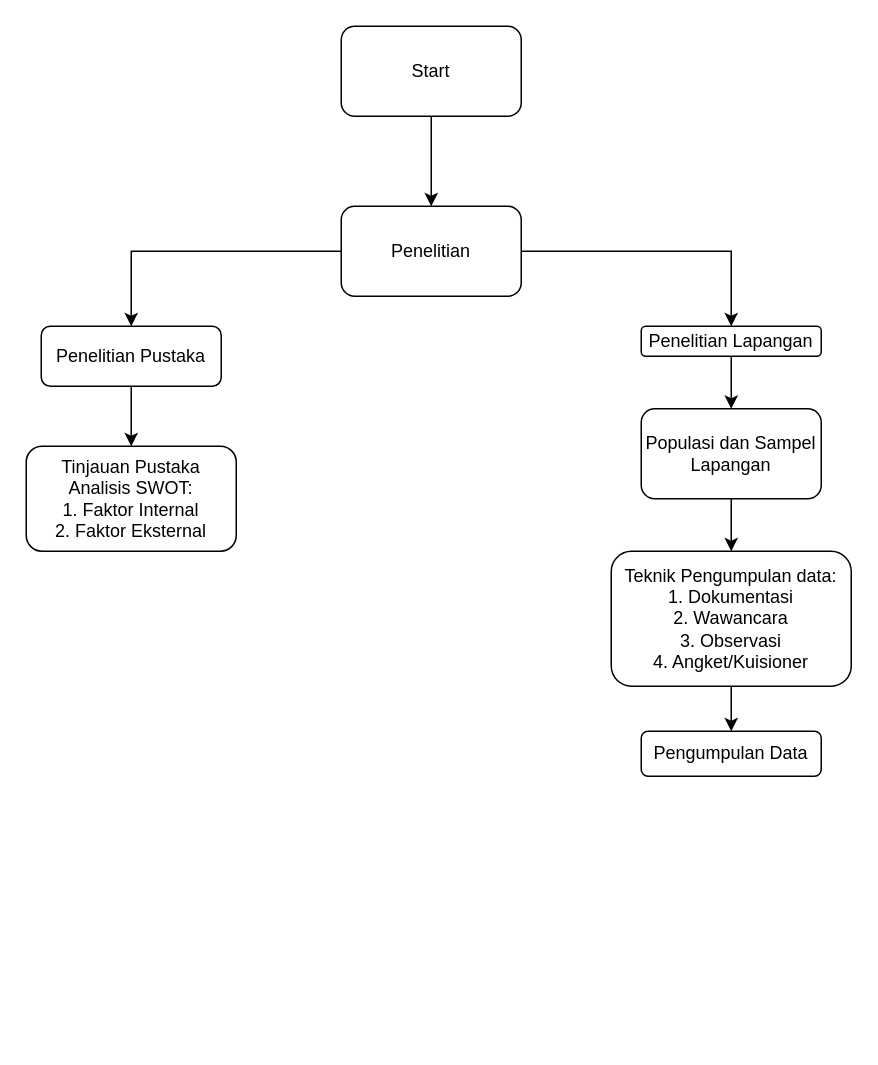
Above: dump-diagrams/Diah-Diagram Penelitian.drawio in xoghub/diagrams (draw.io), before the change. Source tidied: cells renumbered, new cells numbered last; positions are measured from the earlier drawing's top-left corner, leaving out a move shared by most shapes. Both pictures are drawn from the tidied source at 150%, with x=0, y=0 at pixel (26, 26).
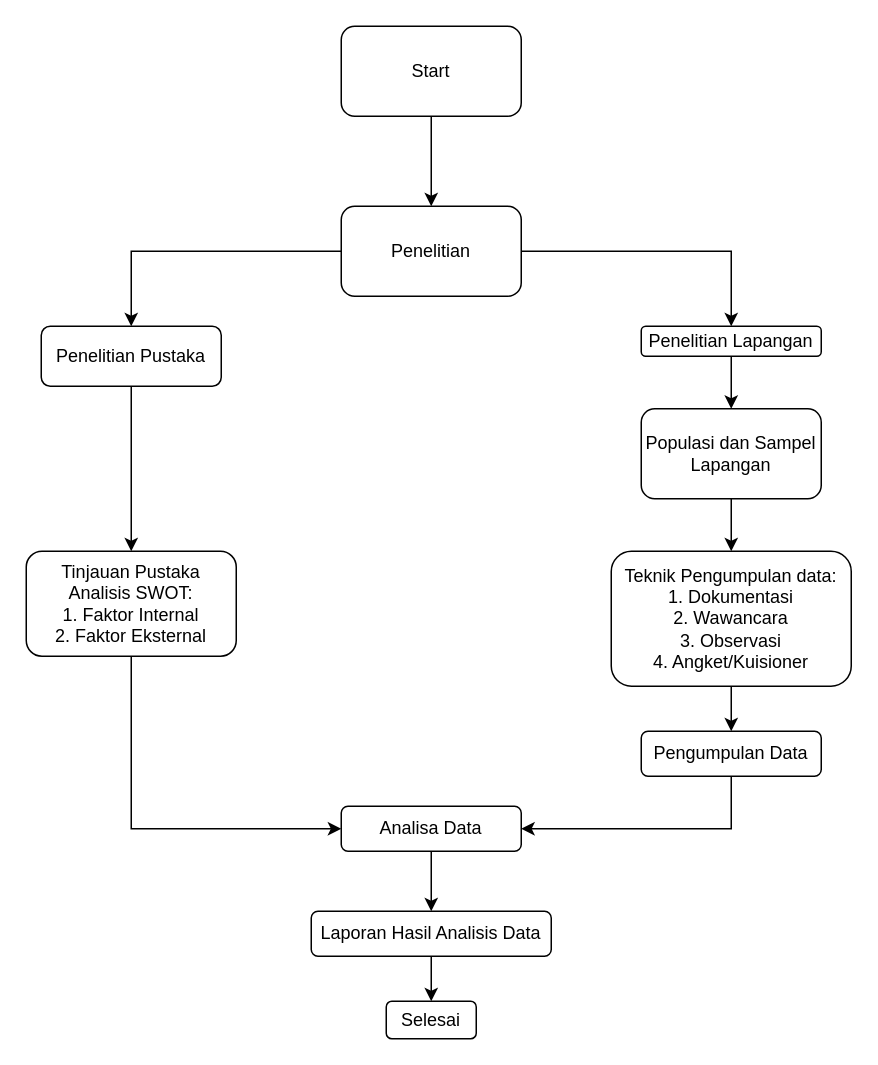
After the change.

The change refers to these unchanged cells:
```xml
<mxCell id="16" value="Pengumpulan Data" style="rounded=1;whiteSpace=wrap;html=1;" parent="1" vertex="1">
  <mxGeometry x="410" y="470" width="120" height="30" as="geometry" />
</mxCell>
```

What changed in the source:
```diff
@@
+    <mxCell id="17" style="edgeStyle=orthogonalEdgeStyle;rounded=0;jettySize=auto;html=1;entryX=0;entryY=0.5;entryDx=0;entryDy=0;" parent="1" edge="1" source="11" target="20">
+      <mxGeometry relative="1" as="geometry">
+        <Array as="points">
+          <mxPoint x="70" y="535" />
+        </Array>
+      </mxGeometry>
+    </mxCell>
     <mxCell id="11" value="Tinjauan Pustaka &lt;br&gt;Analisis SWOT:&lt;br&gt;1. Faktor Internal&lt;br&gt;2. Faktor Eksternal" style="rounded=1;whiteSpace=wrap;html=1;" parent="1" vertex="1">
-      <mxGeometry y="280" width="140" height="70" as="geometry" />
+      <mxGeometry y="350" width="140" height="70" as="geometry" />
     </mxCell>
@@
+    <mxCell id="18" style="edgeStyle=orthogonalEdgeStyle;rounded=0;jettySize=auto;html=1;entryX=1;entryY=0.5;entryDx=0;entryDy=0;" parent="1" edge="1" source="16" target="20">
+      <mxGeometry relative="1" as="geometry">
+        <Array as="points">
+          <mxPoint x="470" y="535" />
+        </Array>
+      </mxGeometry>
+    </mxCell>
@@
+    <mxCell id="19" style="edgeStyle=orthogonalEdgeStyle;rounded=0;jettySize=auto;html=1;" parent="1" edge="1" source="20" target="22">
+      <mxGeometry relative="1" as="geometry" />
+    </mxCell>
+    <mxCell id="20" value="Analisa Data" style="rounded=1;whiteSpace=wrap;html=1;" parent="1" vertex="1">
+      <mxGeometry x="210" y="520" width="120" height="30" as="geometry" />
+    </mxCell>
+    <mxCell id="21" style="edgeStyle=orthogonalEdgeStyle;rounded=0;jettySize=auto;html=1;" parent="1" edge="1" source="22" target="23">
+      <mxGeometry relative="1" as="geometry" />
+    </mxCell>
+    <mxCell id="22" value="Laporan Hasil Analisis Data" style="whiteSpace=wrap;html=1;rounded=1;" parent="1" vertex="1">
+      <mxGeometry x="190" y="590" width="160" height="30" as="geometry" />
+    </mxCell>
+    <mxCell id="23" value="Selesai" style="whiteSpace=wrap;html=1;rounded=1;" parent="1" vertex="1">
+      <mxGeometry x="240" y="650" width="60" height="25" as="geometry" />
+    </mxCell>
```
